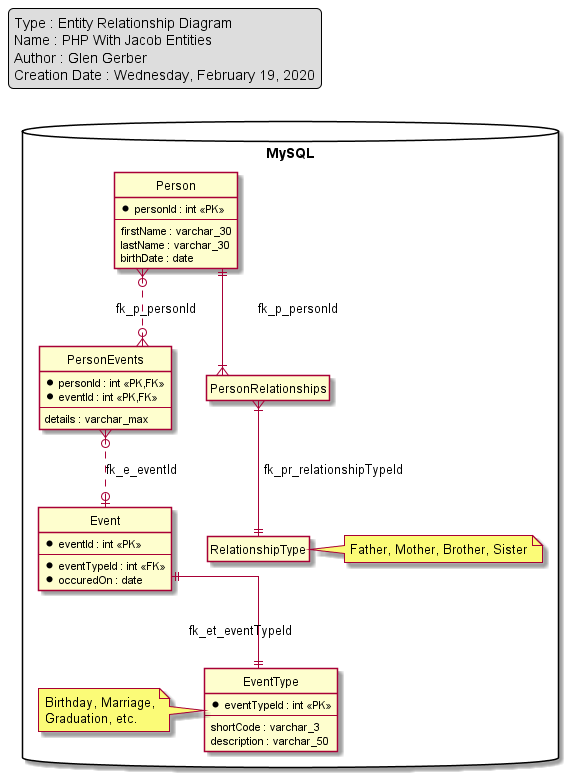
Before: docs/img/application.erd.png, a diagram exported from PlantUML (gerbil1008/php-with-jacob). Its diagram source:
```plantuml
@startuml





skinparam linetype ortho
hide empty members
hide circle
legend top left
Type : Entity Relationship Diagram
Name : PHP With Jacob Entities
Author : Glen Gerber
Creation Date : Wednesday, February 19, 2020
endlegend
package "MySQL" <<database>> {
	entity Person {
		*personId : int <<PK>>
		--
		firstName : varchar_30
		lastName : varchar_30
		birthDate : date
	}
	entity Event {
		*eventId : int <<PK>>
		--
		*eventTypeId : int <<FK>>
		*occuredOn : date
	}
	entity EventType {
		*eventTypeId : int <<PK>>
		--
		shortCode : varchar_3
		description : varchar_50
	}
	note left of EventType
	  Birthday, Marriage,
	  Graduation, etc.
	end note
	entity PersonEvents {
		*personId : int <<PK,FK>>
		*eventId : int <<PK,FK>>
		--
		details : varchar_max
	}
	entity PersonRelationships {

	}
	entity RelationshipType {

	}
	note right of RelationshipType
	  Father, Mother, Brother, Sister
	end note
}
Event ||--|| EventType : fk_et_eventTypeId
Person }o..o{ PersonEvents : fk_p_personId
PersonEvents }o..o| Event : fk_e_eventId
PersonRelationships }|--|| RelationshipType : fk_pr_relationshipTypeId
Person ||--|{ PersonRelationships : fk_p_personId
@enduml
```
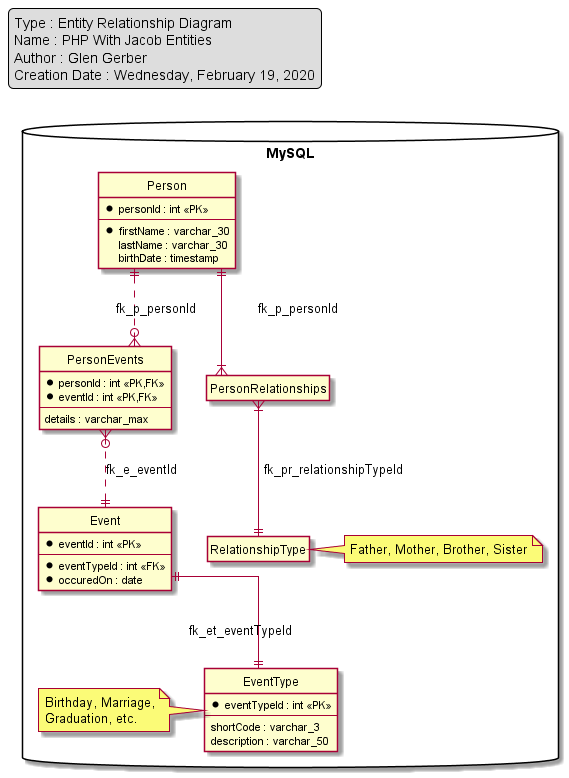
Above is the later version.

Commit message:
I added a column to RelationshipType

Change to the diagram source:
```diff
@@ -17,9 +17,9 @@
 	entity Person {
 		*personId : int <<PK>>
 		--
-		firstName : varchar_30
+		*firstName : varchar_30
 		lastName : varchar_30
-		birthDate : date
+		birthDate : timestamp
 	}
 	entity Event {
 		*eventId : int <<PK>>
@@ -54,8 +54,8 @@
 	end note
 }
 Event ||--|| EventType : fk_et_eventTypeId
-Person }o..o{ PersonEvents : fk_p_personId
-PersonEvents }o..o| Event : fk_e_eventId
+Person ||..o{ PersonEvents : fk_p_personId
+PersonEvents }o..|| Event : fk_e_eventId
 PersonRelationships }|--|| RelationshipType : fk_pr_relationshipTypeId
 Person ||--|{ PersonRelationships : fk_p_personId
 @enduml
```
